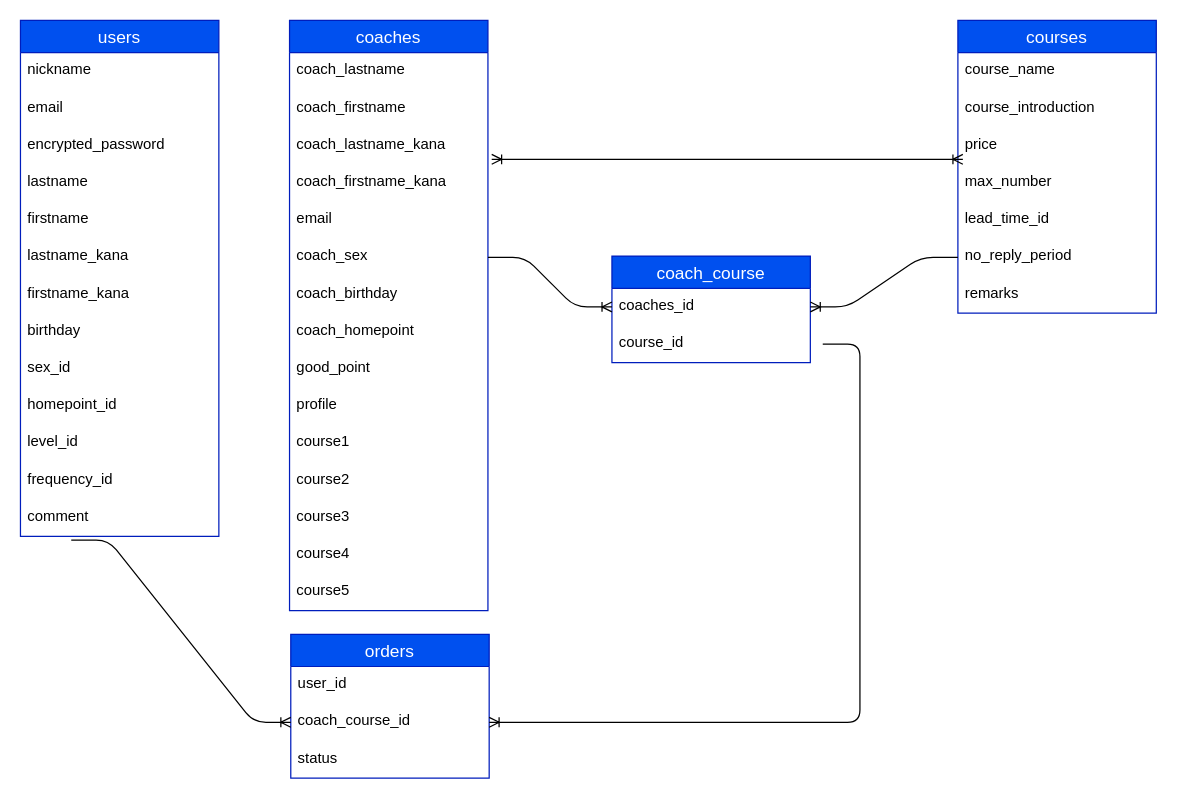
The draw.io diagram app/views/ER.dio in marie1173/namimachi-app, before the edit. Source tidied: cells renumbered, new cells numbered last; positions are measured from the earlier drawing's top-left corner, leaving out a move shared by most shapes. Both pictures are drawn from the tidied source at 124%, with x=0, y=0 at pixel (20, 20).
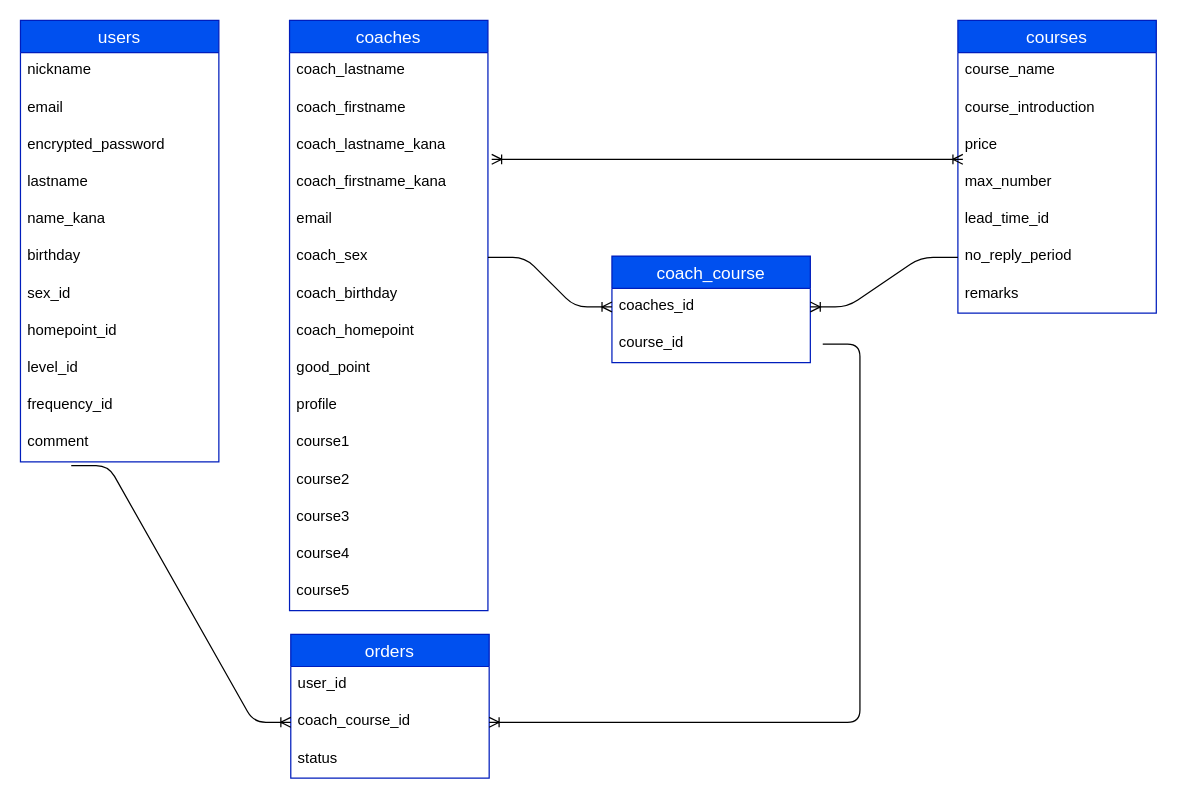
The same diagram, later.

Change to the diagram source:
```diff
@@
     <mxCell id="2" value="users" style="swimlane;fontStyle=0;horizontal=1;startSize=26;align=center;fontSize=14;fillColor=#0050ef;fontColor=#ffffff;strokeColor=#001DBC;" parent="1" vertex="1">
-      <mxGeometry width="160" height="416" as="geometry" />
+      <mxGeometry width="160" height="356" as="geometry" />
     </mxCell>
@@
-    <mxCell id="7" value="firstname" style="text;strokeColor=none;fillColor=none;spacingLeft=4;spacingRight=4;overflow=hidden;fontSize=12;" parent="2" vertex="1">
-      <mxGeometry y="146" width="160" height="30" as="geometry" />
-    </mxCell>
-    <mxCell id="8" value="lastname_kana" style="text;strokeColor=none;fillColor=none;spacingLeft=4;spacingRight=4;overflow=hidden;fontSize=12;" parent="2" vertex="1">
-      <mxGeometry y="176" width="160" height="30" as="geometry" />
-    </mxCell>
-    <mxCell id="9" value="firstname_kana" style="text;strokeColor=none;fillColor=none;spacingLeft=4;spacingRight=4;overflow=hidden;fontSize=12;" parent="2" vertex="1">
-      <mxGeometry y="206" width="160" height="30" as="geometry" />
+    <mxCell id="9" value="name_kana" style="text;strokeColor=none;fillColor=none;spacingLeft=4;spacingRight=4;overflow=hidden;fontSize=12;" parent="2" vertex="1">
+      <mxGeometry y="146" width="160" height="30" as="geometry" />
     </mxCell>
     <mxCell id="10" value="birthday" style="text;strokeColor=none;fillColor=none;spacingLeft=4;spacingRight=4;overflow=hidden;fontSize=12;" parent="2" vertex="1">
-      <mxGeometry y="236" width="160" height="30" as="geometry" />
+      <mxGeometry y="176" width="160" height="30" as="geometry" />
     </mxCell>
     <mxCell id="11" value="sex_id" style="text;strokeColor=none;fillColor=none;spacingLeft=4;spacingRight=4;overflow=hidden;fontSize=12;" parent="2" vertex="1">
-      <mxGeometry y="266" width="160" height="30" as="geometry" />
+      <mxGeometry y="206" width="160" height="30" as="geometry" />
     </mxCell>
     <mxCell id="12" value="homepoint_id" style="text;strokeColor=none;fillColor=none;spacingLeft=4;spacingRight=4;overflow=hidden;fontSize=12;" parent="2" vertex="1">
-      <mxGeometry y="296" width="160" height="30" as="geometry" />
+      <mxGeometry y="236" width="160" height="30" as="geometry" />
     </mxCell>
     <mxCell id="13" value="level_id" style="text;strokeColor=none;fillColor=none;spacingLeft=4;spacingRight=4;overflow=hidden;fontSize=12;" parent="2" vertex="1">
-      <mxGeometry y="326" width="160" height="30" as="geometry" />
+      <mxGeometry y="266" width="160" height="30" as="geometry" />
     </mxCell>
     <mxCell id="14" value="frequency_id" style="text;strokeColor=none;fillColor=none;spacingLeft=4;spacingRight=4;overflow=hidden;fontSize=12;" parent="2" vertex="1">
-      <mxGeometry y="356" width="160" height="30" as="geometry" />
+      <mxGeometry y="296" width="160" height="30" as="geometry" />
     </mxCell>
     <mxCell id="15" value="comment&#10;&#10;" style="text;strokeColor=none;fillColor=none;spacingLeft=4;spacingRight=4;overflow=hidden;points=[[0,0.5],[1,0.5]];portConstraint=eastwest;fontSize=12;" parent="2" vertex="1">
-      <mxGeometry y="386" width="160" height="30" as="geometry" />
+      <mxGeometry y="326" width="160" height="30" as="geometry" />
     </mxCell>
```
